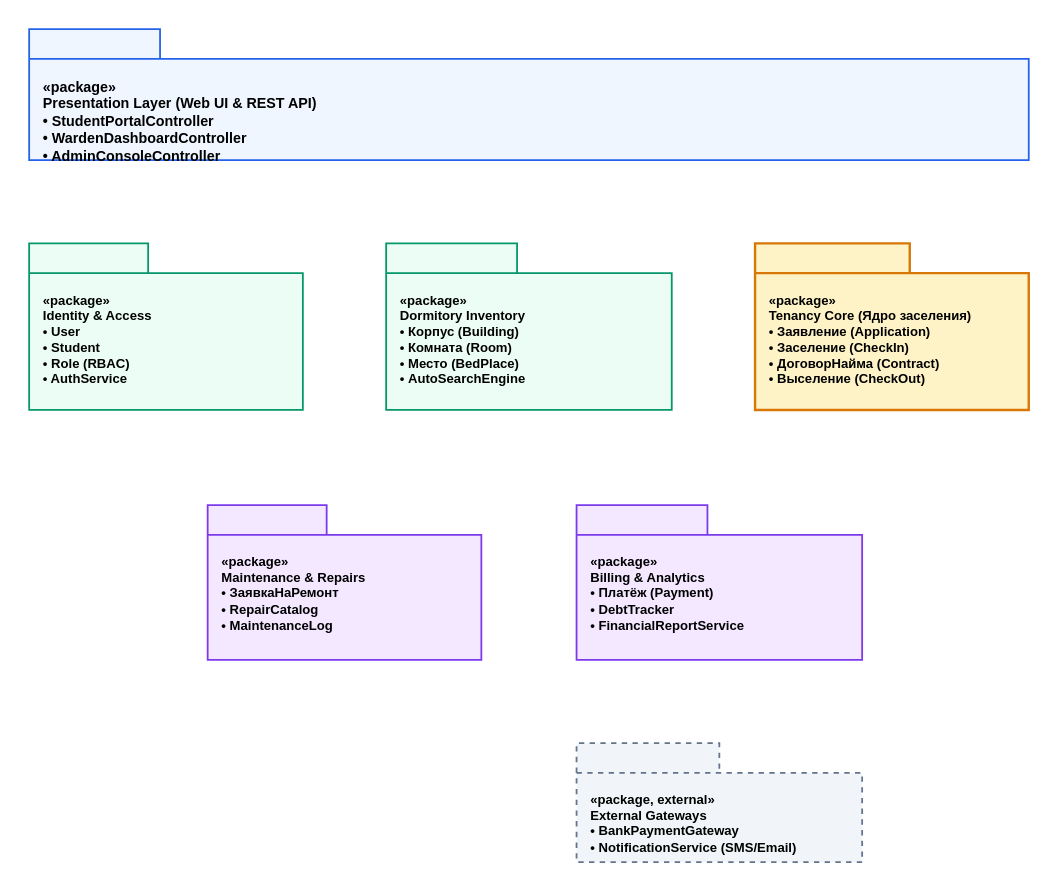
X2X13211/cursovaya keeps this draw.io diagram as docs/architecture/packages.drawio. Above is the earlier version. Source tidied: cells renumbered, new cells numbered last; positions are measured from the earlier drawing's top-left corner, leaving out a move shared by most shapes. Both pictures are drawn from the tidied source at 119%, with x=0, y=0 at pixel (29, 29).
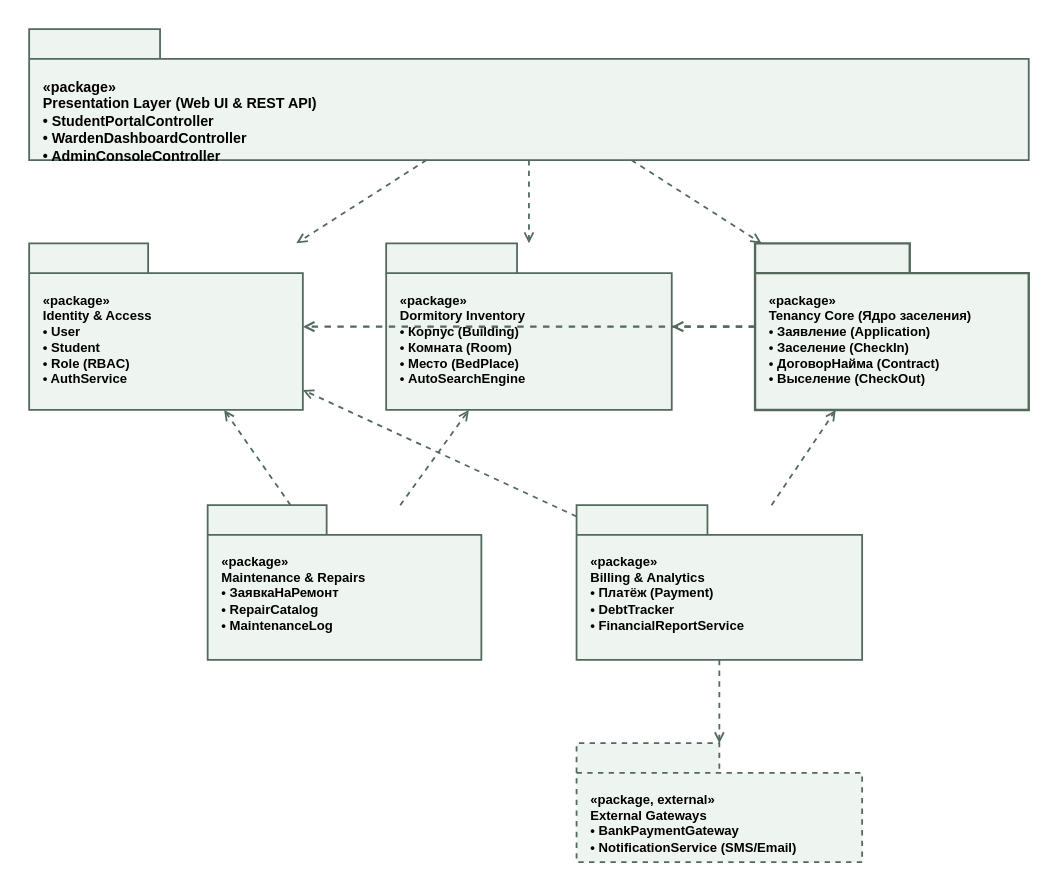
The same diagram, later.

The edit, as a diff of the source:
```diff
@@
 <mxGraphModel>
   <root>
     <mxCell id="0" />
     <mxCell id="1" parent="0" />
-    <mxCell id="2" value="«package»&#10;Presentation Layer (Web UI &amp; REST API)&#10;• StudentPortalController&#10;• WardenDashboardController&#10;• AdminConsoleController" style="shape=folder;fontStyle=1;tabWidth=110;tabHeight=25;tabPosition=left;html=1;boundedLbl=1;fillColor=#EFF6FF;strokeColor=#2563EB;strokeWidth=1.5;fontSize=12;verticalAlign=top;align=left;spacingLeft=10;spacingTop=10;" parent="1" vertex="1">
+    <mxCell id="2" value="«package»&#10;Presentation Layer (Web UI &amp; REST API)&#10;• StudentPortalController&#10;• WardenDashboardController&#10;• AdminConsoleController" style="shape=folder;fontStyle=1;tabWidth=110;tabHeight=25;tabPosition=left;html=1;boundedLbl=1;fillColor=#EEF4EF;strokeColor=#52695C;strokeWidth=1.5;fontSize=12;verticalAlign=top;align=left;spacingLeft=10;spacingTop=10;fontFamily=Arial;" parent="1" vertex="1">
       <mxGeometry width="840" height="110" as="geometry" />
     </mxCell>
-    <mxCell id="3" value="«package»&#10;Identity &amp; Access&#10;• User&#10;• Student&#10;• Role (RBAC)&#10;• AuthService" style="shape=folder;fontStyle=1;tabWidth=100;tabHeight=25;tabPosition=left;html=1;boundedLbl=1;fillColor=#ECFDF5;strokeColor=#059669;strokeWidth=1.5;fontSize=11;verticalAlign=top;align=left;spacingLeft=10;spacingTop=10;" parent="1" vertex="1">
+    <mxCell id="3" value="«package»&#10;Identity &amp; Access&#10;• User&#10;• Student&#10;• Role (RBAC)&#10;• AuthService" style="shape=folder;fontStyle=1;tabWidth=100;tabHeight=25;tabPosition=left;html=1;boundedLbl=1;fillColor=#EEF4EF;strokeColor=#52695C;strokeWidth=1.5;fontSize=11;verticalAlign=top;align=left;spacingLeft=10;spacingTop=10;fontFamily=Arial;" parent="1" vertex="1">
       <mxGeometry y="180" width="230" height="140" as="geometry" />
     </mxCell>
-    <mxCell id="4" value="«package»&#10;Dormitory Inventory&#10;• Корпус (Building)&#10;• Комната (Room)&#10;• Место (BedPlace)&#10;• AutoSearchEngine" style="shape=folder;fontStyle=1;tabWidth=110;tabHeight=25;tabPosition=left;html=1;boundedLbl=1;fillColor=#ECFDF5;strokeColor=#059669;strokeWidth=1.5;fontSize=11;verticalAlign=top;align=left;spacingLeft=10;spacingTop=10;" parent="1" vertex="1">
+    <mxCell id="4" value="«package»&#10;Dormitory Inventory&#10;• Корпус (Building)&#10;• Комната (Room)&#10;• Место (BedPlace)&#10;• AutoSearchEngine" style="shape=folder;fontStyle=1;tabWidth=110;tabHeight=25;tabPosition=left;html=1;boundedLbl=1;fillColor=#EEF4EF;strokeColor=#52695C;strokeWidth=1.5;fontSize=11;verticalAlign=top;align=left;spacingLeft=10;spacingTop=10;fontFamily=Arial;" parent="1" vertex="1">
       <mxGeometry x="300" y="180" width="240" height="140" as="geometry" />
     </mxCell>
-    <mxCell id="5" value="«package»&#10;Tenancy Core (Ядро заселения)&#10;• Заявление (Application)&#10;• Заселение (CheckIn)&#10;• ДоговорНайма (Contract)&#10;• Выселение (CheckOut)" style="shape=folder;fontStyle=1;tabWidth=130;tabHeight=25;tabPosition=left;html=1;boundedLbl=1;fillColor=#FEF3C7;strokeColor=#D97706;strokeWidth=2;fontSize=11;verticalAlign=top;align=left;spacingLeft=10;spacingTop=10;" parent="1" vertex="1">
+    <mxCell id="5" value="«package»&#10;Tenancy Core (Ядро заселения)&#10;• Заявление (Application)&#10;• Заселение (CheckIn)&#10;• ДоговорНайма (Contract)&#10;• Выселение (CheckOut)" style="shape=folder;fontStyle=1;tabWidth=130;tabHeight=25;tabPosition=left;html=1;boundedLbl=1;fillColor=#EEF4EF;strokeColor=#52695C;strokeWidth=2;fontSize=11;verticalAlign=top;align=left;spacingLeft=10;spacingTop=10;fontFamily=Arial;" parent="1" vertex="1">
       <mxGeometry x="610" y="180" width="230" height="140" as="geometry" />
     </mxCell>
-    <mxCell id="6" value="«package»&#10;Maintenance &amp; Repairs&#10;• ЗаявкаНаРемонт&#10;• RepairCatalog&#10;• MaintenanceLog" style="shape=folder;fontStyle=1;tabWidth=100;tabHeight=25;tabPosition=left;html=1;boundedLbl=1;fillColor=#F3E8FF;strokeColor=#7C3AED;strokeWidth=1.5;fontSize=11;verticalAlign=top;align=left;spacingLeft=10;spacingTop=10;" parent="1" vertex="1">
+    <mxCell id="6" value="«package»&#10;Maintenance &amp; Repairs&#10;• ЗаявкаНаРемонт&#10;• RepairCatalog&#10;• MaintenanceLog" style="shape=folder;fontStyle=1;tabWidth=100;tabHeight=25;tabPosition=left;html=1;boundedLbl=1;fillColor=#EEF4EF;strokeColor=#52695C;strokeWidth=1.5;fontSize=11;verticalAlign=top;align=left;spacingLeft=10;spacingTop=10;fontFamily=Arial;" parent="1" vertex="1">
       <mxGeometry x="150" y="400" width="230" height="130" as="geometry" />
     </mxCell>
-    <mxCell id="7" value="«package»&#10;Billing &amp; Analytics&#10;• Платёж (Payment)&#10;• DebtTracker&#10;• FinancialReportService" style="shape=folder;fontStyle=1;tabWidth=110;tabHeight=25;tabPosition=left;html=1;boundedLbl=1;fillColor=#F3E8FF;strokeColor=#7C3AED;strokeWidth=1.5;fontSize=11;verticalAlign=top;align=left;spacingLeft=10;spacingTop=10;" parent="1" vertex="1">
+    <mxCell id="7" value="«package»&#10;Billing &amp; Analytics&#10;• Платёж (Payment)&#10;• DebtTracker&#10;• FinancialReportService" style="shape=folder;fontStyle=1;tabWidth=110;tabHeight=25;tabPosition=left;html=1;boundedLbl=1;fillColor=#EEF4EF;strokeColor=#52695C;strokeWidth=1.5;fontSize=11;verticalAlign=top;align=left;spacingLeft=10;spacingTop=10;fontFamily=Arial;" parent="1" vertex="1">
       <mxGeometry x="460" y="400" width="240" height="130" as="geometry" />
     </mxCell>
-    <mxCell id="8" value="«package, external»&#10;External Gateways&#10;• BankPaymentGateway&#10;• NotificationService (SMS/Email)" style="shape=folder;fontStyle=1;tabWidth=120;tabHeight=25;tabPosition=left;html=1;boundedLbl=1;fillColor=#F1F5F9;strokeColor=#64748B;strokeWidth=1.5;fontSize=11;verticalAlign=top;align=left;spacingLeft=10;spacingTop=10;dashed=1;" parent="1" vertex="1">
+    <mxCell id="8" value="«package, external»&#10;External Gateways&#10;• BankPaymentGateway&#10;• NotificationService (SMS/Email)" style="shape=folder;fontStyle=1;tabWidth=120;tabHeight=25;tabPosition=left;html=1;boundedLbl=1;fillColor=#EEF4EF;strokeColor=#52695C;strokeWidth=1.5;fontSize=11;verticalAlign=top;align=left;spacingLeft=10;spacingTop=10;dashed=1;fontFamily=Arial;" parent="1" vertex="1">
       <mxGeometry x="460" y="600" width="240" height="100" as="geometry" />
     </mxCell>
-    <mxCell id="9" style="dashed=1;endArrow=open;endFill=0;strokeColor=#2563EB;strokeWidth=1.5;" parent="1" edge="1" source="2" target="3" />
+    <mxCell id="9" style="dashed=1;endArrow=open;endFill=0;strokeColor=#52695C;strokeWidth=1.5;fontFamily=Arial;" parent="1" edge="1" source="2" target="3">
+      <mxGeometry relative="1" as="geometry" />
+    </mxCell>
-    <mxCell id="10" style="dashed=1;endArrow=open;endFill=0;strokeColor=#2563EB;strokeWidth=1.5;" parent="1" edge="1" source="2" target="4" />
+    <mxCell id="10" style="dashed=1;endArrow=open;endFill=0;strokeColor=#52695C;strokeWidth=1.5;fontFamily=Arial;" parent="1" edge="1" source="2" target="4">
+      <mxGeometry relative="1" as="geometry" />
+    </mxCell>
-    <mxCell id="11" style="dashed=1;endArrow=open;endFill=0;strokeColor=#2563EB;strokeWidth=1.5;" parent="1" edge="1" source="2" target="5" />
+    <mxCell id="11" style="dashed=1;endArrow=open;endFill=0;strokeColor=#52695C;strokeWidth=1.5;fontFamily=Arial;" parent="1" edge="1" source="2" target="5">
+      <mxGeometry relative="1" as="geometry" />
+    </mxCell>
-    <mxCell id="12" style="dashed=1;endArrow=open;endFill=0;strokeColor=#D97706;strokeWidth=1.8;" parent="1" edge="1" source="5" target="4" />
+    <mxCell id="12" style="dashed=1;endArrow=open;endFill=0;strokeColor=#52695C;strokeWidth=1.8;fontFamily=Arial;" parent="1" edge="1" source="5" target="4">
+      <mxGeometry relative="1" as="geometry" />
+    </mxCell>
-    <mxCell id="13" style="dashed=1;endArrow=open;endFill=0;strokeColor=#D97706;strokeWidth=1.8;" parent="1" edge="1" source="5" target="3" />
+    <mxCell id="13" style="dashed=1;endArrow=open;endFill=0;strokeColor=#52695C;strokeWidth=1.8;fontFamily=Arial;" parent="1" edge="1" source="5" target="3">
+      <mxGeometry relative="1" as="geometry" />
+    </mxCell>
-    <mxCell id="14" style="dashed=1;endArrow=open;endFill=0;strokeColor=#7C3AED;strokeWidth=1.5;" parent="1" edge="1" source="6" target="4" />
+    <mxCell id="14" style="dashed=1;endArrow=open;endFill=0;strokeColor=#52695C;strokeWidth=1.5;fontFamily=Arial;" parent="1" edge="1" source="6" target="4">
+      <mxGeometry relative="1" as="geometry" />
+    </mxCell>
-    <mxCell id="15" style="dashed=1;endArrow=open;endFill=0;strokeColor=#7C3AED;strokeWidth=1.5;" parent="1" edge="1" source="6" target="3" />
+    <mxCell id="15" style="dashed=1;endArrow=open;endFill=0;strokeColor=#52695C;strokeWidth=1.5;fontFamily=Arial;" parent="1" edge="1" source="6" target="3">
+      <mxGeometry relative="1" as="geometry" />
+    </mxCell>
-    <mxCell id="16" style="dashed=1;endArrow=open;endFill=0;strokeColor=#7C3AED;strokeWidth=1.5;" parent="1" edge="1" source="7" target="5" />
+    <mxCell id="16" style="dashed=1;endArrow=open;endFill=0;strokeColor=#52695C;strokeWidth=1.5;fontFamily=Arial;" parent="1" edge="1" source="7" target="5">
+      <mxGeometry relative="1" as="geometry" />
+    </mxCell>
-    <mxCell id="17" style="dashed=1;endArrow=open;endFill=0;strokeColor=#7C3AED;strokeWidth=1.5;" parent="1" edge="1" source="7" target="3" />
+    <mxCell id="17" style="dashed=1;endArrow=open;endFill=0;strokeColor=#52695C;strokeWidth=1.5;fontFamily=Arial;" parent="1" edge="1" source="7" target="3">
+      <mxGeometry relative="1" as="geometry" />
+    </mxCell>
-    <mxCell id="18" style="dashed=1;endArrow=open;endFill=0;strokeColor=#64748B;strokeWidth=1.5;" parent="1" edge="1" source="7" target="8" />
+    <mxCell id="18" style="dashed=1;endArrow=open;endFill=0;strokeColor=#52695C;strokeWidth=1.5;fontFamily=Arial;" parent="1" edge="1" source="7" target="8">
+      <mxGeometry relative="1" as="geometry" />
+    </mxCell>
   </root>
 </mxGraphModel>
```
